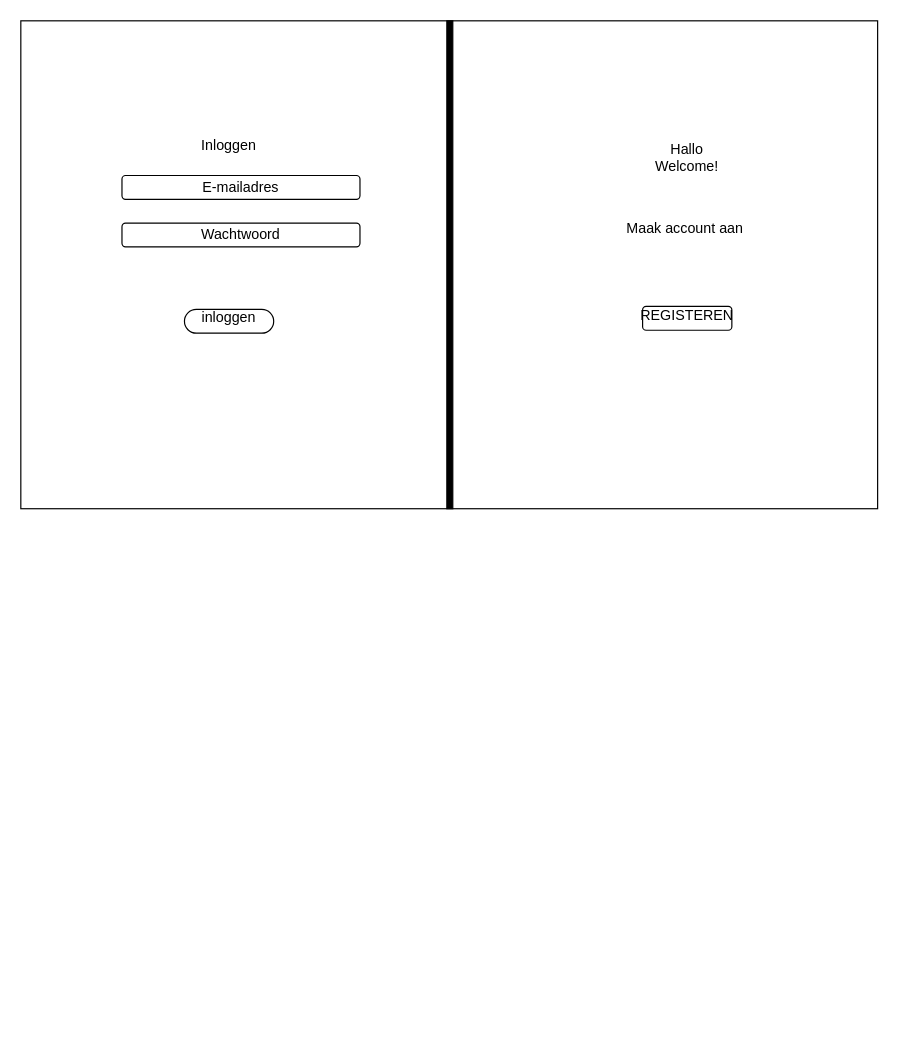
Above: inloggen/inloggen.drawio in lucas-dw16/theater (draw.io), before the change. Source tidied: cells renumbered, new cells numbered last; positions are measured from the earlier drawing's top-left corner, leaving out a move shared by most shapes. Both pictures are drawn from the tidied source at 119%, with x=0, y=0 at pixel (20, 20).
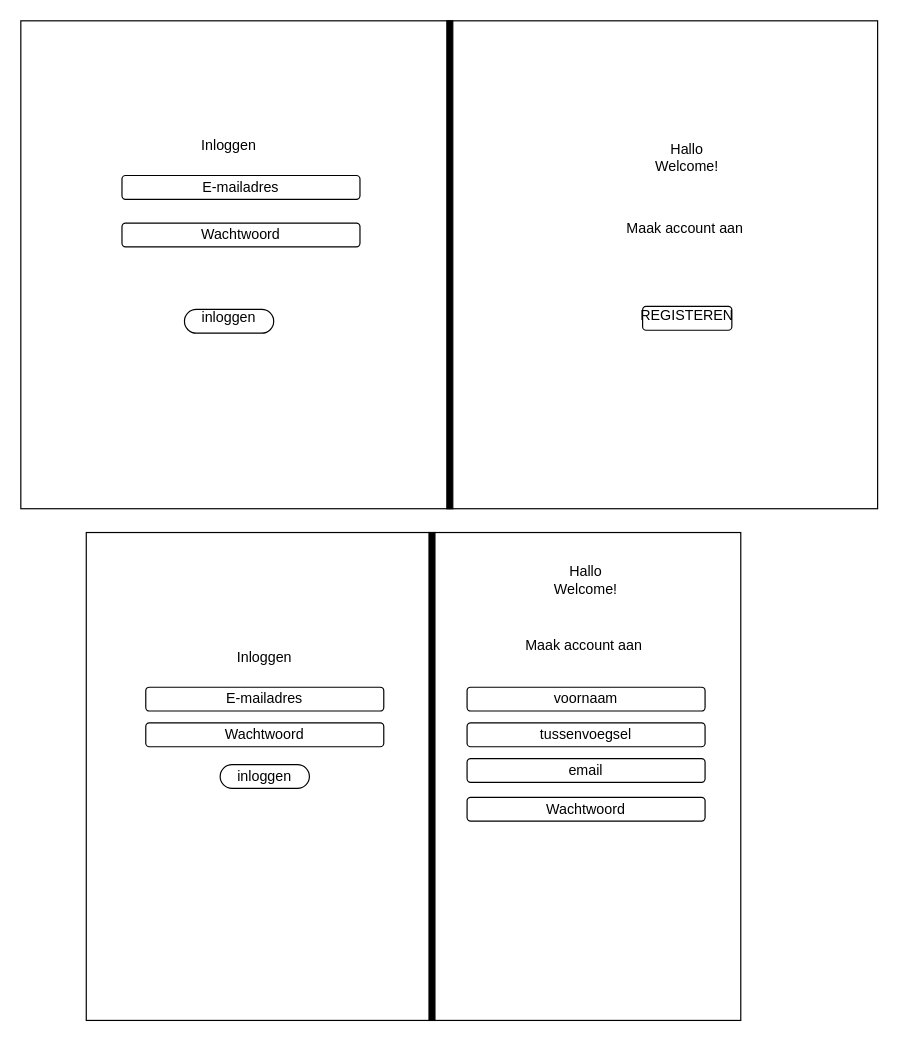
The same page after the edit.

The edit, as a diff of the source:
```diff
@@
+    <mxCell id="13" style="rounded=0;whiteSpace=wrap;html=1;" parent="1" vertex="1">
+      <mxGeometry x="55" y="430" width="550" height="410" as="geometry" />
+    </mxCell>
+    <mxCell id="14" style="html=1;perimeter=orthogonalPerimeter;fillColor=strokeColor;" parent="1" vertex="1">
+      <mxGeometry x="343" y="430" width="5" height="410" as="geometry" />
+    </mxCell>
+    <mxCell id="15" value="Inloggen" style="text;html=1;align=center;verticalAlign=middle;whiteSpace=wrap;rounded=0;" parent="1" vertex="1">
+      <mxGeometry x="175" y="520" width="60" height="30" as="geometry" />
+    </mxCell>
+    <mxCell id="16" style="rounded=1;whiteSpace=wrap;html=1;arcSize=50;" parent="1" vertex="1">
+      <mxGeometry x="167.5" y="625" width="75" height="20" as="geometry" />
+    </mxCell>
+    <mxCell id="17" value="inloggen" style="text;html=1;align=center;verticalAlign=middle;whiteSpace=wrap;rounded=0;" parent="1" vertex="1">
+      <mxGeometry x="175" y="627.5" width="60" height="15" as="geometry" />
+    </mxCell>
+    <mxCell id="18" value="E-mailadres" style="rounded=1;whiteSpace=wrap;html=1;" parent="1" vertex="1">
+      <mxGeometry x="105" y="560" width="200" height="20" as="geometry" />
+    </mxCell>
+    <mxCell id="19" value="Wachtwoord" style="rounded=1;whiteSpace=wrap;html=1;" parent="1" vertex="1">
+      <mxGeometry x="105" y="590" width="200" height="20" as="geometry" />
+    </mxCell>
+    <mxCell id="20" value="tussenvoegsel" style="rounded=1;whiteSpace=wrap;html=1;" parent="1" vertex="1">
+      <mxGeometry x="375" y="590" width="200" height="20" as="geometry" />
+    </mxCell>
+    <mxCell id="21" value="email" style="rounded=1;whiteSpace=wrap;html=1;" parent="1" vertex="1">
+      <mxGeometry x="375" y="620" width="200" height="20" as="geometry" />
+    </mxCell>
+    <mxCell id="22" value="Wachtwoord" style="rounded=1;whiteSpace=wrap;html=1;" parent="1" vertex="1">
+      <mxGeometry x="375" y="652.5" width="200" height="20" as="geometry" />
+    </mxCell>
+    <mxCell id="23" value="voornaam" style="rounded=1;whiteSpace=wrap;html=1;" parent="1" vertex="1">
+      <mxGeometry x="375" y="560" width="200" height="20" as="geometry" />
+    </mxCell>
+    <mxCell id="24" value="Hallo Welcome!" style="text;html=1;align=center;verticalAlign=middle;whiteSpace=wrap;rounded=0;" parent="1" vertex="1">
+      <mxGeometry x="445" y="455" width="60" height="30" as="geometry" />
+    </mxCell>
+    <mxCell id="25" value="Maak account aan&amp;nbsp;" style="text;html=1;align=center;verticalAlign=middle;whiteSpace=wrap;rounded=0;" parent="1" vertex="1">
+      <mxGeometry x="410" y="510" width="130" height="30" as="geometry" />
+    </mxCell>
```
